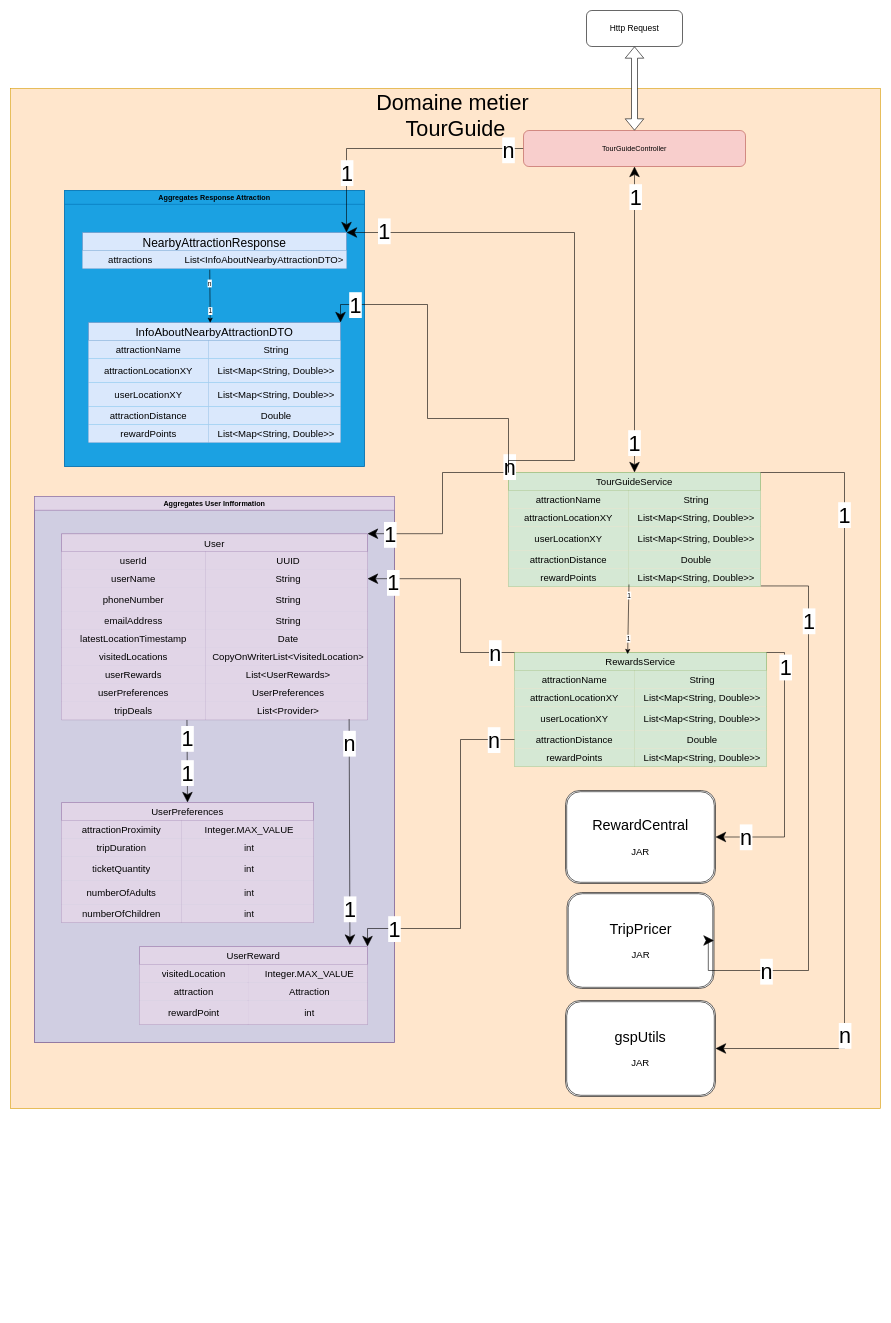
Before: Diagramme sans nom.drawio in theryeddari/P8-TourGuide, a draw.io diagram. Source tidied: cells renumbered, new cells numbered last; positions are measured from the earlier drawing's top-left corner, leaving out a move shared by most shapes. Both pictures are drawn from the tidied source at 60%, with x=0, y=0 at pixel (10, 10).
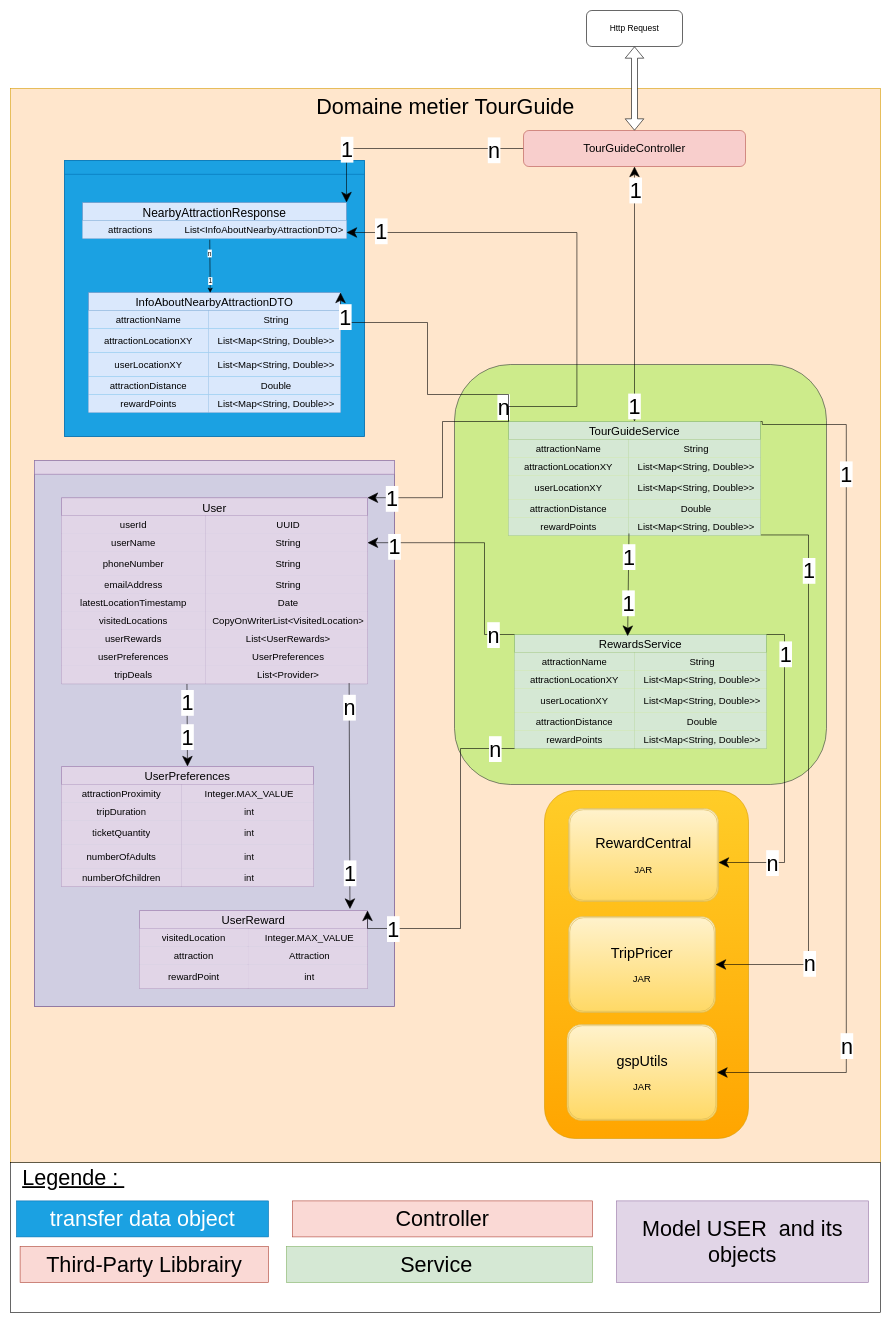
The same page after the edit.

Commit message (it also covers changes not shown here):
Mettre à jour Diagramme sans nom.drawio

The change refers to these unchanged cells:
```xml
<mxCell id="16" style="shape=tableRow;horizontal=0;startSize=0;swimlaneHead=0;swimlaneBody=0;top=0;left=0;bottom=0;right=0;fillColor=none;points=[[0,0.5],[1,0.5]];portConstraint=eastwest;strokeColor=inherit;fontSize=16;" parent="3" vertex="1">
  <mxGeometry y="160" width="420" height="30" as="geometry" />
</mxCell>
<mxCell id="32" style="shape=tableRow;horizontal=0;startSize=0;swimlaneHead=0;swimlaneBody=0;top=0;left=0;bottom=0;right=0;fillColor=none;points=[[0,0.5],[1,0.5]];portConstraint=eastwest;strokeColor=inherit;fontSize=16;" parent="22" vertex="1">
  <mxGeometry y="130" width="420" height="30" as="geometry" />
</mxCell>
<mxCell id="39" value="InfoAboutNearbyAttractionDTO" style="shape=table;startSize=30;childLayout=tableLayout;rowLines=0;fontStyle=0;strokeColor=#6c8ebf;fontSize=19;fillColor=#dae8fc;fillStyle=auto;" parent="38" vertex="1">
  <mxGeometry x="40" y="220" width="420" height="200" as="geometry" />
</mxCell>
<mxCell id="55" value="NearbyAttractionResponse" style="shape=table;startSize=30;childLayout=tableLayout;rowLines=0;fontStyle=0;strokeColor=#6c8ebf;fontSize=20;fillColor=#dae8fc;" parent="38" vertex="1">
  <mxGeometry x="30" y="70" width="440" height="60" as="geometry" />
</mxCell>
<mxCell id="68" style="shape=tableRow;horizontal=0;startSize=0;swimlaneHead=0;swimlaneBody=0;top=0;left=0;bottom=0;right=0;fillColor=none;points=[[0,0.5],[1,0.5]];portConstraint=eastwest;strokeColor=inherit;fontSize=16;" parent="64" vertex="1">
  <mxGeometry y="60" width="510" height="30" as="geometry" />
</mxCell>
<mxCell id="153" style="endArrow=classic;html=1;rounded=0;entryX=1;entryY=0;entryDx=0;entryDy=0;exitX=0;exitY=0.5;exitDx=0;exitDy=0;edgeStyle=orthogonalEdgeStyle;endSize=15;" parent="1" edge="1" source="156" target="55">
  <mxGeometry relative="1" as="geometry">
    <Array as="points">
      <mxPoint x="560" y="230" />
    </Array>
  </mxGeometry>
</mxCell>
```

Diff of the diagram source:
```diff
@@
     <mxCell id="2" style="rounded=1;whiteSpace=wrap;html=1;fillColor=#ffe6cc;strokeColor=#d79b00;fillStyle=solid;arcSize=0;" parent="1" vertex="1">
-      <mxGeometry y="130" width="1450" height="1700" as="geometry" />
+      <mxGeometry y="130" width="1450" height="1790" as="geometry" />
     </mxCell>
+    <mxCell id="160" style="rounded=1;whiteSpace=wrap;html=1;fillColor=#cdeb8b;strokeColor=#36393d;" parent="1" vertex="1">
+      <mxGeometry x="740" y="590" width="620" height="700" as="geometry" />
+    </mxCell>
+    <mxCell id="161" style="rounded=1;whiteSpace=wrap;html=1;fillColor=#ffcd28;strokeColor=#d79b00;gradientColor=#ffa500;" parent="1" vertex="1">
+      <mxGeometry x="890" y="1300" width="340" height="580" as="geometry" />
+    </mxCell>
-    <mxCell id="3" value="TourGuideService" style="shape=table;startSize=30;childLayout=tableLayout;rowLines=0;fontStyle=0;strokeColor=#82b366;fontSize=16;fillColor=#d5e8d4;" parent="1" vertex="1">
-      <mxGeometry x="830" y="770" width="420" height="190" as="geometry" />
+    <mxCell id="3" value="TourGuideService" style="shape=table;startSize=30;childLayout=tableLayout;rowLines=0;fontStyle=0;strokeColor=#82b366;fontSize=19;fillColor=#d5e8d4;" parent="1" vertex="1">
+      <mxGeometry x="830" y="685" width="420" height="190" as="geometry" />
     </mxCell>
@@
-    <mxCell id="19" value="&lt;font style=&quot;font-size: 24px;&quot;&gt;gspUtils&lt;/font&gt;&lt;div&gt;&lt;font size=&quot;3&quot;&gt;&lt;br&gt;&lt;/font&gt;&lt;/div&gt;&lt;div&gt;&lt;font size=&quot;3&quot;&gt;JAR&lt;/font&gt;&lt;/div&gt;" style="shape=ext;double=1;rounded=1;whiteSpace=wrap;html=1;" parent="1" vertex="1">
-      <mxGeometry x="925" y="1650" width="250" height="160" as="geometry" />
+    <mxCell id="19" value="&lt;font style=&quot;font-size: 24px;&quot;&gt;gspUtils&lt;/font&gt;&lt;div&gt;&lt;font size=&quot;3&quot;&gt;&lt;br&gt;&lt;/font&gt;&lt;/div&gt;&lt;div&gt;&lt;font size=&quot;3&quot;&gt;JAR&lt;/font&gt;&lt;/div&gt;" style="shape=ext;double=1;rounded=1;whiteSpace=wrap;html=1;fillColor=#fff2cc;gradientColor=#ffd966;strokeColor=#d6b656;" parent="1" vertex="1">
+      <mxGeometry x="927.5" y="1690" width="250" height="160" as="geometry" />
     </mxCell>
-    <mxCell id="20" value="&lt;font style=&quot;font-size: 24px;&quot;&gt;RewardCentral&lt;/font&gt;&lt;div&gt;&lt;font size=&quot;3&quot;&gt;&lt;br&gt;&lt;/font&gt;&lt;/div&gt;&lt;div&gt;&lt;font size=&quot;3&quot;&gt;JAR&lt;/font&gt;&lt;/div&gt;" style="shape=ext;double=1;rounded=1;whiteSpace=wrap;html=1;" parent="1" vertex="1">
-      <mxGeometry x="925" y="1300" width="250" height="155" as="geometry" />
+    <mxCell id="20" value="&lt;font style=&quot;font-size: 24px;&quot;&gt;RewardCentral&lt;/font&gt;&lt;div&gt;&lt;font size=&quot;3&quot;&gt;&lt;br&gt;&lt;/font&gt;&lt;/div&gt;&lt;div&gt;&lt;font size=&quot;3&quot;&gt;JAR&lt;/font&gt;&lt;/div&gt;" style="shape=ext;double=1;rounded=1;whiteSpace=wrap;html=1;fillColor=#fff2cc;gradientColor=#ffd966;strokeColor=#d6b656;" parent="1" vertex="1">
+      <mxGeometry x="930" y="1330" width="250" height="155" as="geometry" />
     </mxCell>
-    <mxCell id="21" value="&lt;font style=&quot;font-size: 24px;&quot;&gt;TripPricer&lt;/font&gt;&lt;div&gt;&lt;font size=&quot;3&quot;&gt;&lt;br&gt;&lt;/font&gt;&lt;/div&gt;&lt;div&gt;&lt;font size=&quot;3&quot;&gt;JAR&lt;/font&gt;&lt;/div&gt;" style="shape=ext;double=1;rounded=1;whiteSpace=wrap;html=1;" parent="1" vertex="1">
-      <mxGeometry x="927.5" y="1470" width="245" height="160" as="geometry" />
+    <mxCell id="21" value="&lt;font style=&quot;font-size: 24px;&quot;&gt;TripPricer&lt;/font&gt;&lt;div&gt;&lt;font size=&quot;3&quot;&gt;&lt;br&gt;&lt;/font&gt;&lt;/div&gt;&lt;div&gt;&lt;font size=&quot;3&quot;&gt;JAR&lt;/font&gt;&lt;/div&gt;" style="shape=ext;double=1;rounded=1;whiteSpace=wrap;html=1;fillColor=#fff2cc;gradientColor=#ffd966;strokeColor=#d6b656;" parent="1" vertex="1">
+      <mxGeometry x="930" y="1510" width="245" height="160" as="geometry" />
     </mxCell>
-    <mxCell id="22" value="RewardsService" style="shape=table;startSize=30;childLayout=tableLayout;rowLines=0;fontStyle=0;strokeColor=#82b366;fontSize=16;fillColor=#d5e8d4;" parent="1" vertex="1">
-      <mxGeometry x="840" y="1070" width="420" height="190" as="geometry" />
+    <mxCell id="22" value="RewardsService" style="shape=table;startSize=30;childLayout=tableLayout;rowLines=0;fontStyle=0;strokeColor=#82b366;fontSize=19;fillColor=#d5e8d4;" parent="1" vertex="1">
+      <mxGeometry x="840" y="1040" width="420" height="190" as="geometry" />
     </mxCell>
@@
     <mxCell id="38" style="group;fillColor=#1ba1e2;fontColor=#ffffff;strokeColor=#006EAF;" parent="1" vertex="1">
-      <mxGeometry x="90" y="300" width="500" height="460" as="geometry" />
+      <mxGeometry x="90" y="250" width="500" height="460" as="geometry" />
     </mxCell>
@@
-    <mxCell id="59" value="&lt;font color=&quot;#000000&quot;&gt;Aggregates Response Attraction&lt;/font&gt;" style="swimlane;whiteSpace=wrap;html=1;fillColor=#1ba1e2;fillStyle=solid;fontColor=#ffffff;strokeColor=#006EAF;" parent="38" vertex="1">
+    <mxCell id="59" style="swimlane;whiteSpace=wrap;html=1;fillColor=#1ba1e2;fillStyle=solid;fontColor=#ffffff;strokeColor=#006EAF;" parent="38" vertex="1">
       <mxGeometry width="500" height="460" as="geometry" />
     </mxCell>
@@
     <mxCell id="63" style="group;fillColor=#d0cee2;strokeColor=#56517e;" parent="1" vertex="1">
-      <mxGeometry x="40" y="810" width="600" height="910" as="geometry" />
+      <mxGeometry x="40" y="750" width="600" height="910" as="geometry" />
     </mxCell>
-    <mxCell id="64" value="User" style="shape=table;startSize=30;childLayout=tableLayout;rowLines=0;fontStyle=0;strokeColor=#9673a6;fontSize=16;fillColor=#e1d5e7;" parent="63" vertex="1">
+    <mxCell id="64" value="User" style="shape=table;startSize=30;childLayout=tableLayout;rowLines=0;fontStyle=0;strokeColor=#9673a6;fontSize=19;fillColor=#e1d5e7;" parent="63" vertex="1">
       <mxGeometry x="45" y="62" width="510" height="310" as="geometry" />
     </mxCell>
@@
-    <mxCell id="92" value="Aggregates User Infformation" style="swimlane;whiteSpace=wrap;html=1;fillColor=#e1d5e7;strokeColor=#9673a6;" parent="63" vertex="1">
+    <mxCell id="92" style="swimlane;whiteSpace=wrap;html=1;fillColor=#e1d5e7;strokeColor=#9673a6;" parent="63" vertex="1">
       <mxGeometry width="600" height="910" as="geometry" />
     </mxCell>
-    <mxCell id="93" value="UserPreferences" style="shape=table;startSize=30;childLayout=tableLayout;rowLines=0;fontStyle=0;strokeColor=#9673a6;fontSize=16;fillColor=#e1d5e7;" parent="92" vertex="1">
+    <mxCell id="93" value="UserPreferences" style="shape=table;startSize=30;childLayout=tableLayout;rowLines=0;fontStyle=0;strokeColor=#9673a6;fontSize=19;fillColor=#e1d5e7;" parent="92" vertex="1">
       <mxGeometry x="45" y="510" width="420" height="200" as="geometry" />
     </mxCell>
@@
-    <mxCell id="109" value="UserReward" style="shape=table;startSize=30;childLayout=tableLayout;rowLines=0;fontStyle=0;strokeColor=#9673a6;fontSize=16;fillColor=#e1d5e7;" parent="92" vertex="1">
+    <mxCell id="109" value="UserReward" style="shape=table;startSize=30;childLayout=tableLayout;rowLines=0;fontStyle=0;strokeColor=#9673a6;fontSize=19;fillColor=#e1d5e7;" parent="92" vertex="1">
       <mxGeometry x="175" y="750" width="380" height="130" as="geometry" />
     </mxCell>
@@
     <mxCell id="125" style="endArrow=none;html=1;rounded=0;entryX=1;entryY=0;entryDx=0;entryDy=0;endFill=0;startArrow=classic;startFill=1;endSize=6;startSize=15;edgeStyle=orthogonalEdgeStyle;exitX=1;exitY=0.5;exitDx=0;exitDy=0;" parent="1" edge="1" source="19" target="3">
       <mxGeometry relative="1" as="geometry">
         <Array as="points">
-          <mxPoint x="1390" y="1730" />
-          <mxPoint x="1390" y="770" />
+          <mxPoint x="1393" y="1770" />
+          <mxPoint x="1393" y="690" />
+          <mxPoint x="1253" y="690" />
+          <mxPoint x="1253" y="685" />
         </Array>
       </mxGeometry>
     </mxCell>
@@
     <mxCell id="128" style="endArrow=none;html=1;rounded=0;exitX=1;exitY=0.5;exitDx=0;exitDy=0;entryX=1.002;entryY=0.969;entryDx=0;entryDy=0;entryPerimeter=0;endFill=0;startArrow=classic;startFill=1;startSize=15;edgeStyle=orthogonalEdgeStyle;" parent="1" edge="1" source="21" target="16">
       <mxGeometry relative="1" as="geometry">
         <Array as="points">
-          <mxPoint x="1163" y="1600" />
-          <mxPoint x="1330" y="1600" />
-          <mxPoint x="1330" y="959" />
+          <mxPoint x="1330" y="1590" />
+          <mxPoint x="1330" y="874" />
         </Array>
       </mxGeometry>
     </mxCell>
@@
-    <mxCell id="131" style="endArrow=none;html=1;rounded=0;exitX=1;exitY=0.5;exitDx=0;exitDy=0;entryX=1;entryY=0;entryDx=0;entryDy=0;endFill=0;startArrow=classic;startFill=1;startSize=15;edgeStyle=orthogonalEdgeStyle;" parent="1" edge="1" source="20" target="22">
+    <mxCell id="131" style="endArrow=none;html=1;rounded=0;entryX=1;entryY=0;entryDx=0;entryDy=0;endFill=0;startArrow=classic;startFill=1;startSize=15;edgeStyle=orthogonalEdgeStyle;" parent="1" edge="1" target="22">
       <mxGeometry relative="1" as="geometry">
+        <mxPoint x="1180" y="1420" as="sourcePoint" />
         <Array as="points">
-          <mxPoint x="1290" y="1378" />
-          <mxPoint x="1290" y="1070" />
+          <mxPoint x="1290" y="1420" />
+          <mxPoint x="1290" y="1040" />
         </Array>
       </mxGeometry>
     </mxCell>
@@
     <mxCell id="133" value="&lt;font style=&quot;font-size: 36px;&quot;&gt;n&lt;/font&gt;" style="edgeLabel;html=1;align=center;verticalAlign=middle;" parent="131" vertex="1">
-      <mxGeometry x="-0.78" relative="1" as="geometry" />
+      <mxGeometry x="-0.78" relative="1" as="geometry">
+        <mxPoint x="32" as="offset" />
+      </mxGeometry>
     </mxCell>
     <mxCell id="134" style="endArrow=classic;html=1;rounded=0;exitX=0;exitY=0;exitDx=0;exitDy=0;entryX=1;entryY=0;entryDx=0;entryDy=0;edgeStyle=orthogonalEdgeStyle;endSize=15;" parent="1" edge="1" source="3" target="64">
       <mxGeometry relative="1" as="geometry">
         <Array as="points">
-          <mxPoint x="720" y="770" />
-          <mxPoint x="720" y="872" />
+          <mxPoint x="720" y="685" />
+          <mxPoint x="720" y="812" />
         </Array>
       </mxGeometry>
     </mxCell>
@@
     <mxCell id="136" value="&lt;font style=&quot;font-size: 36px;&quot;&gt;n&lt;/font&gt;" style="edgeLabel;html=1;align=center;verticalAlign=middle;" parent="134" vertex="1">
       <mxGeometry x="-0.81" y="-2" relative="1" as="geometry">
-        <mxPoint x="33" y="-8" as="offset" />
+        <mxPoint x="25" y="-23" as="offset" />
       </mxGeometry>
     </mxCell>
     <mxCell id="137" style="endArrow=classic;html=1;rounded=0;entryX=1;entryY=0.5;entryDx=0;entryDy=0;exitX=0;exitY=0;exitDx=0;exitDy=0;endSize=15;edgeStyle=orthogonalEdgeStyle;" parent="1" edge="1" source="22" target="68">
       <mxGeometry relative="1" as="geometry">
         <Array as="points">
-          <mxPoint x="750" y="1070" />
-          <mxPoint x="750" y="947" />
+          <mxPoint x="790" y="1040" />
+          <mxPoint x="790" y="887" />
         </Array>
       </mxGeometry>
     </mxCell>
@@
-    <mxCell id="140" style="endArrow=classic;html=1;rounded=0;exitX=0;exitY=0.5;exitDx=0;exitDy=0;entryX=1;entryY=0;entryDx=0;entryDy=0;edgeStyle=orthogonalEdgeStyle;endSize=15;" parent="1" edge="1" source="32" target="109">
+    <mxCell id="140" style="endArrow=classic;html=1;rounded=0;exitX=0;exitY=1;exitDx=0;exitDy=0;entryX=1;entryY=0;entryDx=0;entryDy=0;edgeStyle=orthogonalEdgeStyle;endSize=15;" parent="1" edge="1" source="22" target="109">
       <mxGeometry relative="1" as="geometry">
         <Array as="points">
-          <mxPoint x="750" y="1215" />
+          <mxPoint x="750" y="1230" />
           <mxPoint x="750" y="1530" />
+          <mxPoint x="595" y="1530" />
         </Array>
       </mxGeometry>
     </mxCell>
@@
-    <mxCell id="143" style="endArrow=classic;html=1;rounded=0;entryX=0.449;entryY=0.014;entryDx=0;entryDy=0;entryPerimeter=0;exitX=0.478;exitY=0.887;exitDx=0;exitDy=0;exitPerimeter=0;" parent="1" edge="1" source="16" target="22">
+    <mxCell id="143" style="endArrow=classic;html=1;rounded=0;entryX=0.449;entryY=0.014;entryDx=0;entryDy=0;entryPerimeter=0;exitX=0.478;exitY=0.887;exitDx=0;exitDy=0;exitPerimeter=0;endSize=15;" parent="1" edge="1" source="16" target="22">
       <mxGeometry relative="1" as="geometry" />
     </mxCell>
-    <mxCell id="144" value="1" style="edgeLabel;html=1;align=center;verticalAlign=middle;" parent="143" vertex="1">
-      <mxGeometry x="-0.69" relative="1" as="geometry" />
+    <mxCell id="144" value="&lt;font style=&quot;font-size: 36px;&quot;&gt;1&lt;/font&gt;" style="edgeLabel;html=1;align=center;verticalAlign=middle;" parent="143" vertex="1">
+      <mxGeometry x="-0.69" relative="1" as="geometry">
+        <mxPoint y="12" as="offset" />
+      </mxGeometry>
     </mxCell>
-    <mxCell id="145" value="1" style="edgeLabel;html=1;align=center;verticalAlign=middle;" parent="143" vertex="1">
-      <mxGeometry x="0.55" relative="1" as="geometry" />
+    <mxCell id="145" value="&lt;font style=&quot;font-size: 36px;&quot;&gt;1&lt;/font&gt;" style="edgeLabel;html=1;align=center;verticalAlign=middle;" parent="143" vertex="1">
+      <mxGeometry x="0.55" relative="1" as="geometry">
+        <mxPoint y="-17" as="offset" />
+      </mxGeometry>
     </mxCell>
-    <mxCell id="146" style="endArrow=classic;html=1;rounded=0;entryX=1;entryY=0;entryDx=0;entryDy=0;edgeStyle=orthogonalEdgeStyle;startSize=6;endSize=15;" parent="1" edge="1" target="39">
+    <mxCell id="146" style="endArrow=classic;html=1;rounded=0;entryX=1;entryY=0;entryDx=0;entryDy=0;edgeStyle=orthogonalEdgeStyle;startSize=6;endSize=15;exitX=0;exitY=0;exitDx=0;exitDy=0;" parent="1" edge="1" source="3" target="39">
       <mxGeometry relative="1" as="geometry">
-        <mxPoint x="830" y="770" as="sourcePoint" />
         <Array as="points">
-          <mxPoint x="830" y="680" />
-          <mxPoint x="695" y="680" />
-          <mxPoint x="695" y="490" />
+          <mxPoint x="830" y="640" />
+          <mxPoint x="695" y="640" />
+          <mxPoint x="695" y="520" />
         </Array>
       </mxGeometry>
     </mxCell>
@@
-    <mxCell id="148" style="endArrow=classic;html=1;rounded=0;exitX=0;exitY=0;exitDx=0;exitDy=0;entryX=1;entryY=0;entryDx=0;entryDy=0;edgeStyle=orthogonalEdgeStyle;endSize=15;" parent="1" edge="1" source="3" target="55">
+    <mxCell id="148" style="endArrow=classic;html=1;rounded=0;exitX=0;exitY=0;exitDx=0;exitDy=0;edgeStyle=orthogonalEdgeStyle;endSize=15;" parent="1" edge="1">
       <mxGeometry relative="1" as="geometry">
+        <mxPoint x="830" y="685" as="sourcePoint" />
+        <mxPoint x="560" y="370" as="targetPoint" />
         <Array as="points">
-          <mxPoint x="830" y="750" />
-          <mxPoint x="940" y="750" />
-          <mxPoint x="940" y="370" />
+          <mxPoint x="830" y="660" />
+          <mxPoint x="944" y="660" />
+          <mxPoint x="944" y="370" />
+          <mxPoint x="564" y="370" />
         </Array>
       </mxGeometry>
     </mxCell>
@@
     <mxCell id="155" value="&lt;font style=&quot;font-size: 36px;&quot;&gt;n&lt;/font&gt;" style="edgeLabel;html=1;align=center;verticalAlign=middle;" parent="153" vertex="1">
-      <mxGeometry x="-0.88" y="2" relative="1" as="geometry" />
+      <mxGeometry x="-0.88" y="2" relative="1" as="geometry">
+        <mxPoint x="-27" as="offset" />
+      </mxGeometry>
     </mxCell>
-    <mxCell id="156" value="TourGuideController" style="rounded=1;whiteSpace=wrap;html=1;fillColor=#f8cecc;strokeColor=#b85450;" parent="1" vertex="1">
+    <mxCell id="156" value="&lt;font style=&quot;font-size: 19px;&quot;&gt;TourGuideController&lt;/font&gt;" style="rounded=1;whiteSpace=wrap;html=1;fillColor=#f8cecc;strokeColor=#b85450;" parent="1" vertex="1">
       <mxGeometry x="855" y="200" width="370" height="60" as="geometry" />
     </mxCell>
-    <mxCell id="157" value="&lt;font style=&quot;font-size: 36px;&quot;&gt;Domaine metier&amp;nbsp;&lt;/font&gt;&lt;div&gt;&lt;font style=&quot;font-size: 36px;&quot;&gt;TourGuide&lt;/font&gt;&lt;/div&gt;" style="text;html=1;align=center;verticalAlign=middle;whiteSpace=wrap;rounded=0;" parent="1" vertex="1">
-      <mxGeometry x="540" y="130" width="404" height="90" as="geometry" />
+    <mxCell id="157" value="&lt;font style=&quot;font-size: 36px;&quot;&gt;Domaine metier&amp;nbsp;&lt;/font&gt;&lt;span style=&quot;font-size: 36px; background-color: initial;&quot;&gt;TourGuide&lt;/span&gt;" style="text;html=1;align=center;verticalAlign=middle;whiteSpace=wrap;rounded=0;" parent="1" vertex="1">
+      <mxGeometry x="428" y="130" width="594" height="60" as="geometry" />
     </mxCell>
@@
+    <mxCell id="162" style="rounded=0;whiteSpace=wrap;html=1;" parent="1" vertex="1">
+      <mxGeometry y="1920" width="1450" height="250" as="geometry" />
+    </mxCell>
+    <mxCell id="163" value="&lt;font style=&quot;font-size: 36px;&quot;&gt;Model USER&amp;nbsp; and its objects&lt;/font&gt;" style="text;html=1;align=center;verticalAlign=middle;whiteSpace=wrap;rounded=0;fillColor=#e1d5e7;strokeColor=#9673a6;" parent="1" vertex="1">
+      <mxGeometry x="1010" y="1984" width="420" height="136" as="geometry" />
+    </mxCell>
+    <mxCell id="164" value="&lt;font style=&quot;font-size: 36px;&quot;&gt;Service&amp;nbsp;&lt;/font&gt;" style="text;html=1;align=center;verticalAlign=middle;whiteSpace=wrap;rounded=0;fillColor=#d5e8d4;strokeColor=#82b366;" parent="1" vertex="1">
+      <mxGeometry x="460" y="2060" width="510" height="60" as="geometry" />
+    </mxCell>
+    <mxCell id="165" value="&lt;span style=&quot;font-size: 36px;&quot;&gt;transfer data object&lt;/span&gt;" style="text;html=1;align=center;verticalAlign=middle;whiteSpace=wrap;rounded=0;fillColor=#1ba1e2;strokeColor=#006EAF;fontColor=#ffffff;" parent="1" vertex="1">
+      <mxGeometry x="10" y="1984" width="420" height="60" as="geometry" />
+    </mxCell>
+    <mxCell id="166" value="&lt;span style=&quot;font-size: 36px;&quot;&gt;Controller&lt;/span&gt;" style="text;html=1;align=center;verticalAlign=middle;whiteSpace=wrap;rounded=0;fillColor=#fad9d5;strokeColor=#ae4132;" parent="1" vertex="1">
+      <mxGeometry x="470" y="1984" width="500" height="60" as="geometry" />
+    </mxCell>
+    <mxCell id="167" value="&lt;span style=&quot;font-size: 36px;&quot;&gt;Third-Party Libbrairy&lt;/span&gt;" style="text;html=1;align=center;verticalAlign=middle;whiteSpace=wrap;rounded=0;fillColor=#fad9d5;strokeColor=#ae4132;" parent="1" vertex="1">
+      <mxGeometry x="16" y="2060" width="414" height="60" as="geometry" />
+    </mxCell>
+    <mxCell id="168" value="&lt;font style=&quot;font-size: 36px;&quot;&gt;&lt;u&gt;Legende :&amp;nbsp;&lt;/u&gt;&lt;/font&gt;" style="text;html=1;align=center;verticalAlign=middle;whiteSpace=wrap;rounded=0;" parent="1" vertex="1">
+      <mxGeometry x="10" y="1930" width="190" height="30" as="geometry" />
+    </mxCell>
```
